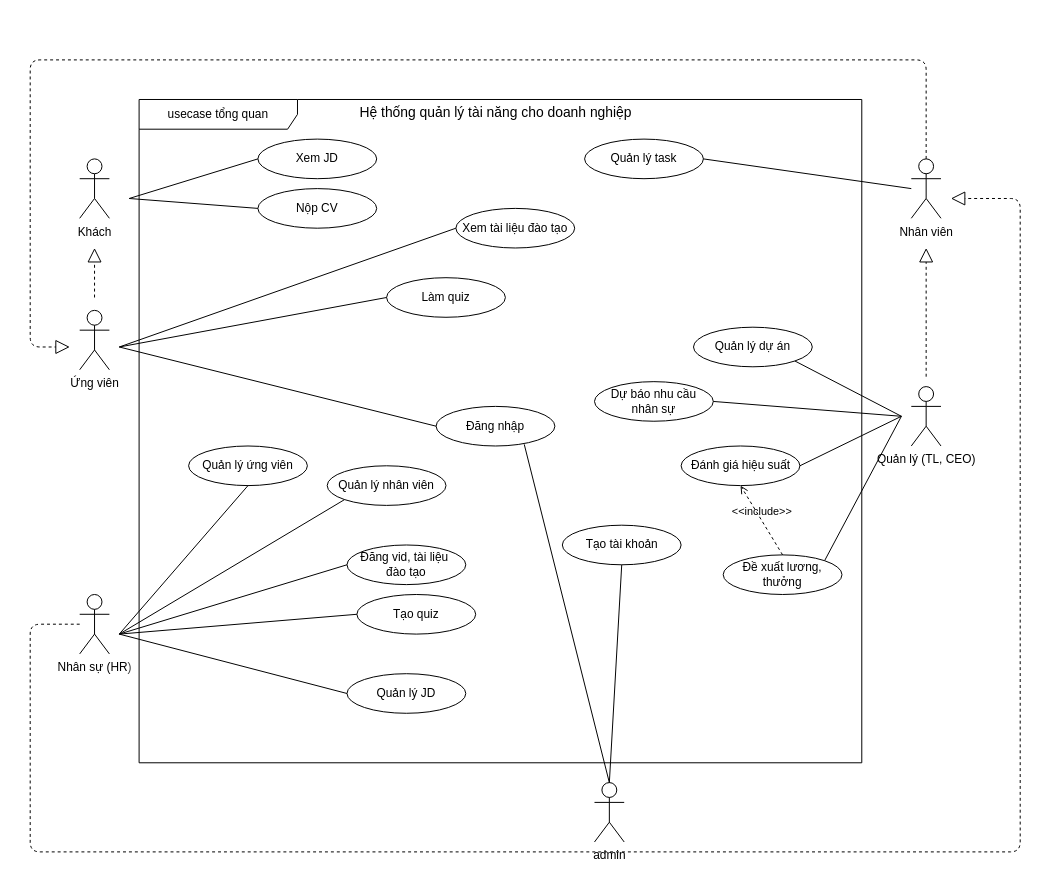
nmtun/datn_hust_2026 keeps this draw.io diagram as design/draw/usecase.dio. Above is the earlier version. Source tidied: cells renumbered, new cells numbered last; positions are measured from the earlier drawing's top-left corner, leaving out a move shared by most shapes. Both pictures are drawn from the tidied source at 99%, with x=0, y=0 at pixel (30, 59).
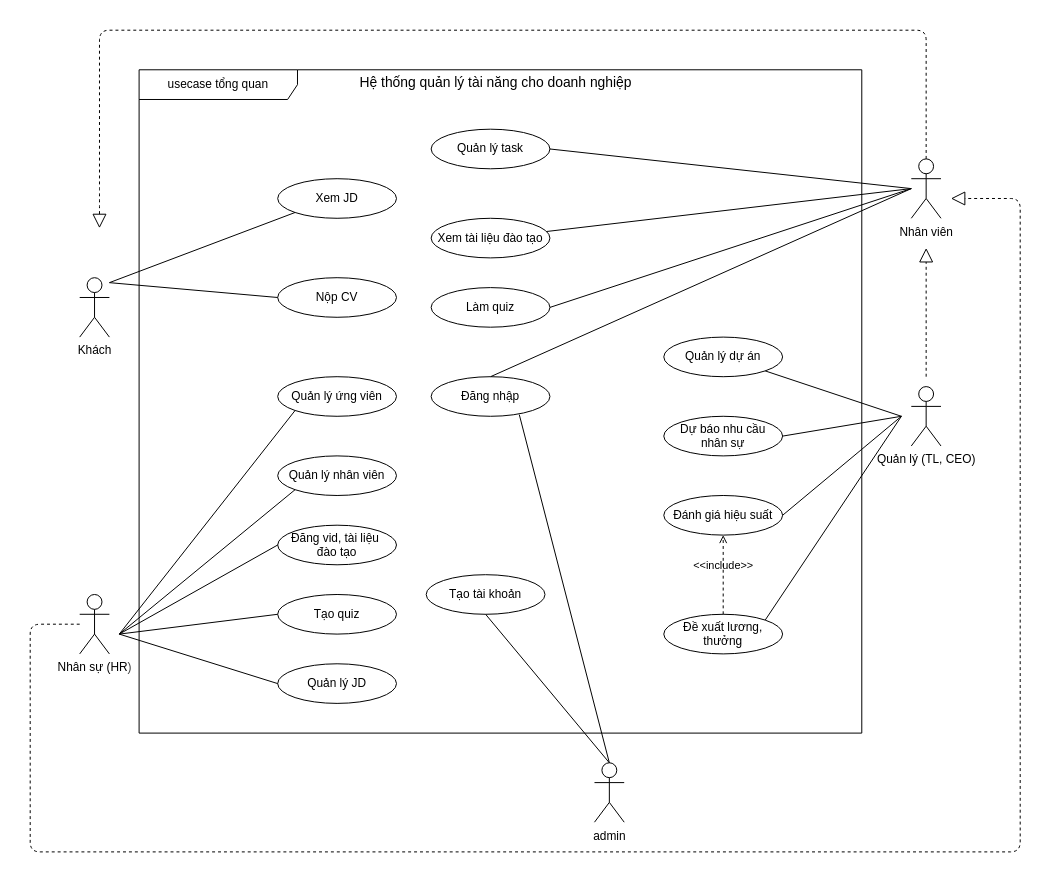
The same diagram, later.

The change refers to these unchanged cells:
```xml
<mxCell id="24" value="Nhân viên" style="shape=umlActor;verticalLabelPosition=bottom;verticalAlign=top;html=1;" parent="1" vertex="1">
  <mxGeometry x="890" y="100" width="30" height="60" as="geometry" />
</mxCell>
```

The edit, as a diff of the source:
```diff
@@
     <mxCell id="2" value="usecase tổng quan" style="shape=umlFrame;whiteSpace=wrap;html=1;width=160;" parent="1" vertex="1">
-      <mxGeometry x="110" y="40" width="730" height="670" as="geometry" />
+      <mxGeometry x="110" y="10" width="730" height="670" as="geometry" />
     </mxCell>
@@
     <mxCell id="4" style="endArrow=block;dashed=1;endFill=0;endSize=12;html=1;exitX=0.5;exitY=0;exitDx=0;exitDy=0;exitPerimeter=0;" parent="2" edge="1" source="24">
       <mxGeometry relative="1" as="geometry">
-        <mxPoint x="-70" y="250" as="targetPoint" />
+        <mxPoint x="-40" y="160" as="targetPoint" />
         <Array as="points">
           <mxPoint x="795" y="-40" />
-          <mxPoint x="-110" y="-40" />
-          <mxPoint x="-110" y="250" />
+          <mxPoint x="-40" y="-40" />
+          <mxPoint x="-40" y="90" />
+          <mxPoint x="-40" y="130" />
         </Array>
       </mxGeometry>
     </mxCell>
-    <mxCell id="5" value="Xem JD" style="ellipse;whiteSpace=wrap;html=1;" parent="2" vertex="1">
-      <mxGeometry x="120" y="40" width="120" height="40" as="geometry" />
-    </mxCell>
-    <mxCell id="6" value="Nộp CV" style="ellipse;whiteSpace=wrap;html=1;" parent="2" vertex="1">
-      <mxGeometry x="120" y="90" width="120" height="40" as="geometry" />
-    </mxCell>
     <mxCell id="7" value="Xem tài liệu đào tạo" style="ellipse;whiteSpace=wrap;html=1;" parent="2" vertex="1">
-      <mxGeometry x="320" y="110" width="120" height="40" as="geometry" />
+      <mxGeometry x="295" y="150" width="120" height="40" as="geometry" />
     </mxCell>
     <mxCell id="8" value="Làm quiz" style="ellipse;whiteSpace=wrap;html=1;" parent="2" vertex="1">
-      <mxGeometry x="250" y="180" width="120" height="40" as="geometry" />
+      <mxGeometry x="295" y="220" width="120" height="40" as="geometry" />
     </mxCell>
     <mxCell id="9" value="Đăng nhập" style="ellipse;whiteSpace=wrap;html=1;" parent="2" vertex="1">
-      <mxGeometry x="300" y="310" width="120" height="40" as="geometry" />
+      <mxGeometry x="295" y="310" width="120" height="40" as="geometry" />
     </mxCell>
     <mxCell id="10" value="Quản lý task" style="ellipse;whiteSpace=wrap;html=1;" parent="2" vertex="1">
-      <mxGeometry x="450" y="40" width="120" height="40" as="geometry" />
+      <mxGeometry x="295" y="60" width="120" height="40" as="geometry" />
     </mxCell>
     <mxCell id="11" value="Quản lý ứng viên" style="ellipse;whiteSpace=wrap;html=1;" parent="2" vertex="1">
-      <mxGeometry x="50" y="350" width="120" height="40" as="geometry" />
+      <mxGeometry x="140" y="310" width="120" height="40" as="geometry" />
     </mxCell>
     <mxCell id="12" value="Quản lý nhân viên" style="ellipse;whiteSpace=wrap;html=1;" parent="2" vertex="1">
-      <mxGeometry x="190" y="370" width="120" height="40" as="geometry" />
+      <mxGeometry x="140" y="390" width="120" height="40" as="geometry" />
     </mxCell>
     <mxCell id="13" value="Đăng vid, tài liệu&amp;nbsp;&lt;div&gt;đào tạo&lt;/div&gt;" style="ellipse;whiteSpace=wrap;html=1;" parent="2" vertex="1">
-      <mxGeometry x="210" y="450" width="120" height="40" as="geometry" />
+      <mxGeometry x="140" y="460" width="120" height="40" as="geometry" />
     </mxCell>
     <mxCell id="14" value="Tạo quiz" style="ellipse;whiteSpace=wrap;html=1;" parent="2" vertex="1">
-      <mxGeometry x="220" y="500" width="120" height="40" as="geometry" />
+      <mxGeometry x="140" y="530" width="120" height="40" as="geometry" />
     </mxCell>
     <mxCell id="15" value="Quản lý dự án" style="ellipse;whiteSpace=wrap;html=1;" parent="2" vertex="1">
-      <mxGeometry x="560" y="230" width="120" height="40" as="geometry" />
+      <mxGeometry x="530" y="270" width="120" height="40" as="geometry" />
     </mxCell>
     <mxCell id="16" value="Đánh giá hiệu suất" style="ellipse;whiteSpace=wrap;html=1;" parent="2" vertex="1">
-      <mxGeometry x="547.5" y="350" width="120" height="40" as="geometry" />
+      <mxGeometry x="530" y="430" width="120" height="40" as="geometry" />
     </mxCell>
     <mxCell id="17" value="Dự báo nhu cầu&lt;div&gt;nhân sự&lt;/div&gt;" style="ellipse;whiteSpace=wrap;html=1;" parent="2" vertex="1">
-      <mxGeometry x="460" y="285" width="120" height="40" as="geometry" />
+      <mxGeometry x="530" y="350" width="120" height="40" as="geometry" />
     </mxCell>
     <mxCell id="18" value="Đề xuất lương, thưởng" style="ellipse;whiteSpace=wrap;html=1;" parent="2" vertex="1">
-      <mxGeometry x="590" y="460" width="120" height="40" as="geometry" />
+      <mxGeometry x="530" y="550" width="120" height="40" as="geometry" />
     </mxCell>
@@
     <mxCell id="20" value="Tạo tài khoản" style="ellipse;whiteSpace=wrap;html=1;" parent="2" vertex="1">
-      <mxGeometry x="427.5" y="430" width="120" height="40" as="geometry" />
+      <mxGeometry x="290" y="510" width="120" height="40" as="geometry" />
     </mxCell>
     <mxCell id="21" value="Quản lý JD" style="ellipse;whiteSpace=wrap;html=1;" parent="2" vertex="1">
-      <mxGeometry x="210" y="580" width="120" height="40" as="geometry" />
+      <mxGeometry x="140" y="600" width="120" height="40" as="geometry" />
     </mxCell>
+    <mxCell id="5" value="Xem JD" style="ellipse;whiteSpace=wrap;html=1;" parent="2" vertex="1">
+      <mxGeometry x="140" y="110" width="120" height="40" as="geometry" />
+    </mxCell>
+    <mxCell id="6" value="Nộp CV" style="ellipse;whiteSpace=wrap;html=1;" parent="2" vertex="1">
+      <mxGeometry x="140" y="210" width="120" height="40" as="geometry" />
+    </mxCell>
+    <mxCell id="31" style="endArrow=none;startArrow=none;endFill=0;startFill=0;endSize=8;html=1;verticalAlign=bottom;labelBackgroundColor=none;strokeWidth=1;entryX=0;entryY=1;entryDx=0;entryDy=0;" parent="2" edge="1" target="5">
+      <mxGeometry relative="1" as="geometry">
+        <mxPoint x="-30" y="215" as="sourcePoint" />
+      </mxGeometry>
+    </mxCell>
+    <mxCell id="32" style="endArrow=none;startArrow=none;endFill=0;startFill=0;endSize=8;html=1;verticalAlign=bottom;labelBackgroundColor=none;strokeWidth=1;entryX=0;entryY=0.5;entryDx=0;entryDy=0;" parent="2" edge="1" target="6">
+      <mxGeometry relative="1" as="geometry">
+        <mxPoint x="-30" y="215" as="sourcePoint" />
+      </mxGeometry>
+    </mxCell>
     <mxCell id="22" value="Khách" style="shape=umlActor;verticalLabelPosition=bottom;verticalAlign=top;html=1;" parent="1" vertex="1">
-      <mxGeometry x="50" y="100" width="30" height="60" as="geometry" />
+      <mxGeometry x="50" y="220" width="30" height="60" as="geometry" />
     </mxCell>
-    <mxCell id="23" value="Ứng viên" style="shape=umlActor;verticalLabelPosition=bottom;verticalAlign=top;html=1;" parent="1" vertex="1">
-      <mxGeometry x="50" y="253" width="30" height="60" as="geometry" />
-    </mxCell>
@@
     <mxCell id="27" value="admin" style="shape=umlActor;verticalLabelPosition=bottom;verticalAlign=top;html=1;" parent="1" vertex="1">
-      <mxGeometry x="570" y="730" width="30" height="60" as="geometry" />
+      <mxGeometry x="570" y="710" width="30" height="60" as="geometry" />
     </mxCell>
-    <mxCell id="28" style="endArrow=block;dashed=1;endFill=0;endSize=12;html=1;" parent="1" edge="1">
-      <mxGeometry relative="1" as="geometry">
-        <mxPoint x="65" y="240" as="sourcePoint" />
-        <mxPoint x="65" y="190" as="targetPoint" />
-      </mxGeometry>
-    </mxCell>
@@
-    <mxCell id="31" style="endArrow=none;startArrow=none;endFill=0;startFill=0;endSize=8;html=1;verticalAlign=bottom;labelBackgroundColor=none;strokeWidth=1;entryX=0;entryY=0.5;entryDx=0;entryDy=0;" parent="1" edge="1" target="5">
-      <mxGeometry relative="1" as="geometry">
-        <mxPoint x="100" y="140" as="sourcePoint" />
-      </mxGeometry>
-    </mxCell>
-    <mxCell id="32" style="endArrow=none;startArrow=none;endFill=0;startFill=0;endSize=8;html=1;verticalAlign=bottom;labelBackgroundColor=none;strokeWidth=1;entryX=0;entryY=0.5;entryDx=0;entryDy=0;" parent="1" edge="1" target="6">
-      <mxGeometry relative="1" as="geometry">
-        <mxPoint x="100" y="140" as="sourcePoint" />
-      </mxGeometry>
-    </mxCell>
-    <mxCell id="33" style="endArrow=none;startArrow=none;endFill=0;startFill=0;endSize=8;html=1;verticalAlign=bottom;labelBackgroundColor=none;strokeWidth=1;entryX=0;entryY=0.5;entryDx=0;entryDy=0;" parent="1" edge="1" target="7">
+    <mxCell id="33" style="endArrow=none;startArrow=none;endFill=0;startFill=0;endSize=8;html=1;verticalAlign=bottom;labelBackgroundColor=none;strokeWidth=1;" parent="1" edge="1" target="7">
       <mxGeometry relative="1" as="geometry">
-        <mxPoint x="90" y="290" as="sourcePoint" />
+        <mxPoint x="890" y="130" as="sourcePoint" />
       </mxGeometry>
     </mxCell>
-    <mxCell id="34" style="endArrow=none;startArrow=none;endFill=0;startFill=0;endSize=8;html=1;verticalAlign=bottom;labelBackgroundColor=none;strokeWidth=1;entryX=0;entryY=0.5;entryDx=0;entryDy=0;" parent="1" edge="1" target="8">
+    <mxCell id="34" style="endArrow=none;startArrow=none;endFill=0;startFill=0;endSize=8;html=1;verticalAlign=bottom;labelBackgroundColor=none;strokeWidth=1;entryX=1;entryY=0.5;entryDx=0;entryDy=0;" parent="1" edge="1" target="8">
       <mxGeometry relative="1" as="geometry">
-        <mxPoint x="90" y="290" as="sourcePoint" />
+        <mxPoint x="890" y="130" as="sourcePoint" />
       </mxGeometry>
     </mxCell>
-    <mxCell id="35" style="endArrow=none;startArrow=none;endFill=0;startFill=0;endSize=8;html=1;verticalAlign=bottom;labelBackgroundColor=none;strokeWidth=1;entryX=0;entryY=0.5;entryDx=0;entryDy=0;" parent="1" edge="1" target="9">
+    <mxCell id="35" style="endArrow=none;startArrow=none;endFill=0;startFill=0;endSize=8;html=1;verticalAlign=bottom;labelBackgroundColor=none;strokeWidth=1;entryX=0.5;entryY=0;entryDx=0;entryDy=0;" parent="1" edge="1" target="9">
       <mxGeometry relative="1" as="geometry">
-        <mxPoint x="90" y="290" as="sourcePoint" />
+        <mxPoint x="890" y="130" as="sourcePoint" />
       </mxGeometry>
     </mxCell>
@@
-    <mxCell id="37" style="endArrow=none;startArrow=none;endFill=0;startFill=0;endSize=8;html=1;verticalAlign=bottom;labelBackgroundColor=none;strokeWidth=1;entryX=0.5;entryY=1;entryDx=0;entryDy=0;" parent="1" edge="1" target="11">
+    <mxCell id="37" style="endArrow=none;startArrow=none;endFill=0;startFill=0;endSize=8;html=1;verticalAlign=bottom;labelBackgroundColor=none;strokeWidth=1;entryX=0;entryY=1;entryDx=0;entryDy=0;" parent="1" edge="1" target="11">
       <mxGeometry relative="1" as="geometry">
         <mxPoint x="90" y="580" as="sourcePoint" />
       </mxGeometry>
     </mxCell>
```
